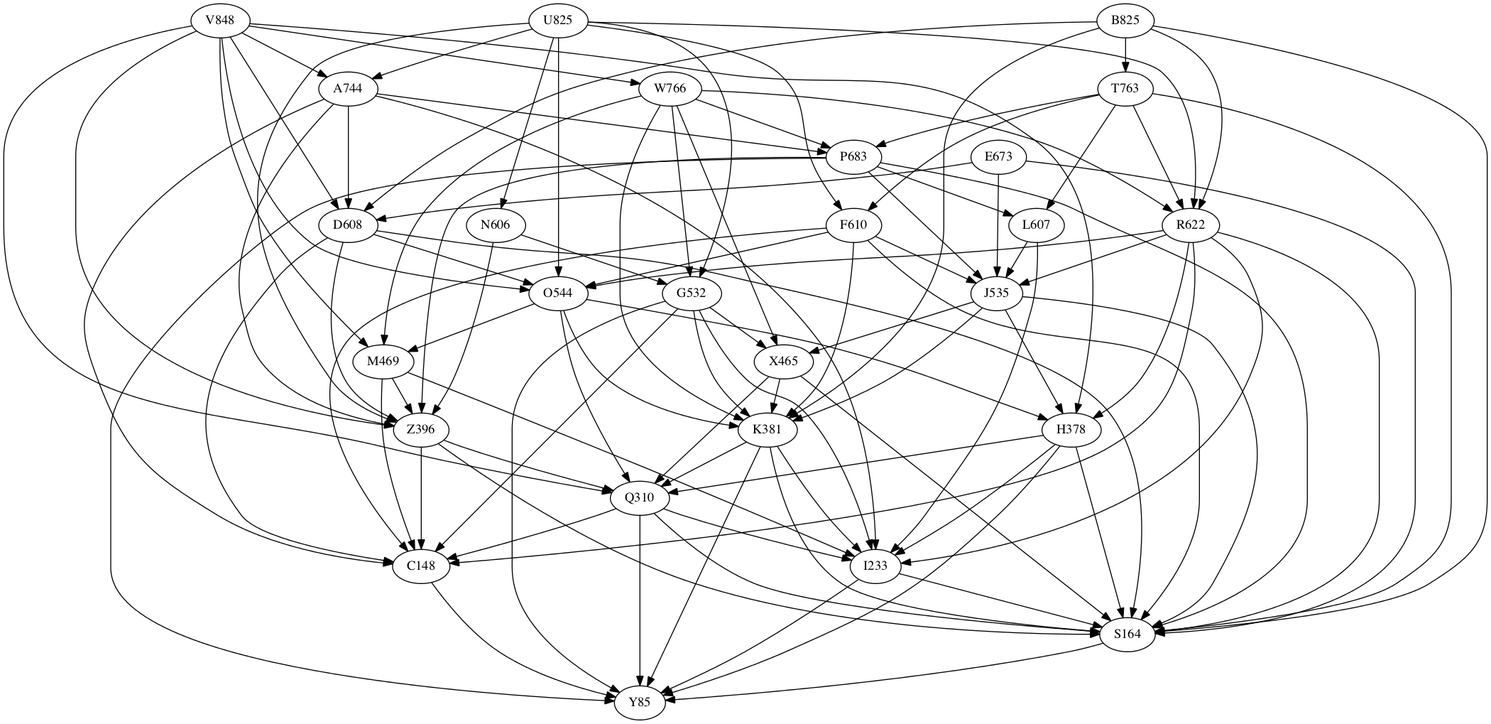
This is Day7/large.dot.png from ToF-/AoCHaskell, a Graphviz export, as it was before one commit. Its source is kept beside it as Day7/large.dot. Its diagram source:
```dot
digraph {
    V848->H378;
    U825->R622;
    E673->D608;
    B825->R622;
    W766->X465;
    A744->P683;
    T763->L607;
    F610->C148;
    P683->Y85;
    N606->G532;
    R622->S164;
    D608->C148;
    O544->K381;
    L607->J535;
    J535->H378;
    M469->I233;
    G532->K381;
    Z396->Q310;
    X465->Q310;
    H378->I233;
    K381->Y85;
    Q310->S164;
    I233->Y85;
    S164->Y85;
    C148->Y85;
    T763->S164;
    P683->S164;
    I233->S164;
    V848->O544;
    O544->Q310;
    T763->R622;
    E673->J535;
    F610->S164;
    O544->H378;
    Z396->S164;
    D608->Z396;
    F610->K381;
    W766->P683;
    G532->I233;
    B825->T763;
    G532->Y85;
    X465->S164;
    B825->K381;
    V848->A744;
    U825->N606;
    T763->P683;
    V848->D608;
    G532->X465;
    B825->D608;
    R622->J535;
    M469->Z396;
    U825->Z396;
    U825->G532;
    A744->C148;
    H378->Q310;
    X465->K381;
    B825->S164;
    Q310->C148;
    Q310->Y85;
    R622->I233;
    V848->Q310;
    A744->D608;
    D608->S164;
    K381->S164;
    G532->C148;
    D608->O544;
    R622->H378;
    K381->Q310;
    W766->R622;
    H378->Y85;
    P683->J535;
    N606->Z396;
    J535->K381;
    W766->M469;
    A744->Z396;
    V848->W766;
    J535->X465;
    U825->F610;
    P683->L607;
    W766->G532;
    T763->F610;
    R622->C148;
    R622->O544;
    Z396->C148;
    E673->S164;
    L607->I233;
    U825->O544;
    W766->K381;
    K381->I233;
    O544->M469;
    V848->M469;
    V848->Z396;
    A744->I233;
    F610->J535;
    F610->O544;
    M469->C148;
    Q310->I233;
    H378->S164;
    U825->A744;
    J535->S164;
    P683->Z396;
}
```
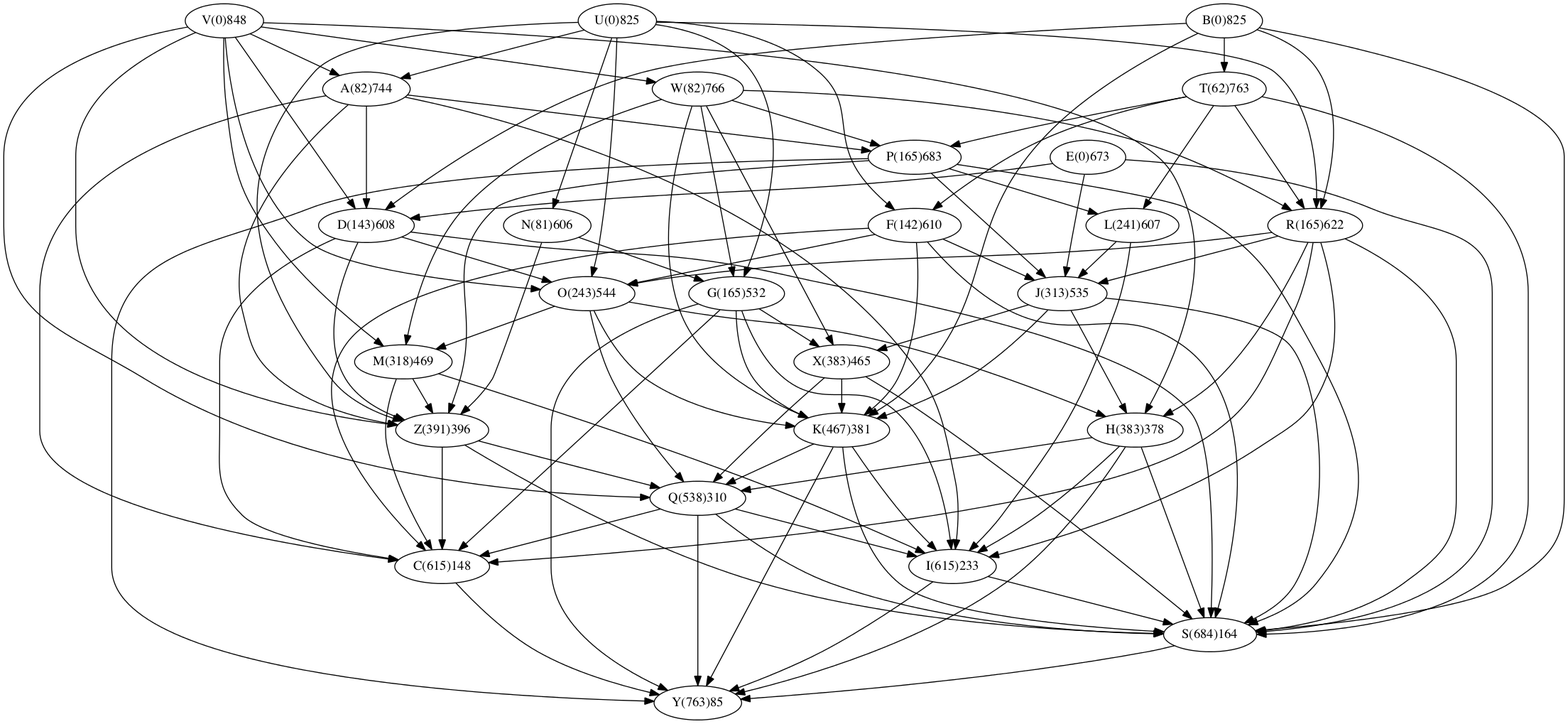
Later version of the same file.

The edit, as a diff of the source:
```diff
@@ -1,103 +1,103 @@
 digraph {
-    V848->H378;
-    U825->R622;
-    E673->D608;
-    B825->R622;
-    W766->X465;
-    A744->P683;
-    T763->L607;
-    F610->C148;
-    P683->Y85;
-    N606->G532;
-    R622->S164;
-    D608->C148;
-    O544->K381;
-    L607->J535;
-    J535->H378;
-    M469->I233;
-    G532->K381;
-    Z396->Q310;
-    X465->Q310;
-    H378->I233;
-    K381->Y85;
-    Q310->S164;
-    I233->Y85;
-    S164->Y85;
-    C148->Y85;
-    T763->S164;
-    P683->S164;
-    I233->S164;
-    V848->O544;
-    O544->Q310;
-    T763->R622;
-    E673->J535;
-    F610->S164;
-    O544->H378;
-    Z396->S164;
-    D608->Z396;
-    F610->K381;
-    W766->P683;
-    G532->I233;
-    B825->T763;
-    G532->Y85;
-    X465->S164;
-    B825->K381;
-    V848->A744;
-    U825->N606;
-    T763->P683;
-    V848->D608;
-    G532->X465;
-    B825->D608;
-    R622->J535;
-    M469->Z396;
-    U825->Z396;
-    U825->G532;
-    A744->C148;
-    H378->Q310;
-    X465->K381;
-    B825->S164;
-    Q310->C148;
-    Q310->Y85;
-    R622->I233;
-    V848->Q310;
-    A744->D608;
-    D608->S164;
-    K381->S164;
-    G532->C148;
-    D608->O544;
-    R622->H378;
-    K381->Q310;
-    W766->R622;
-    H378->Y85;
-    P683->J535;
-    N606->Z396;
-    J535->K381;
-    W766->M469;
-    A744->Z396;
-    V848->W766;
-    J535->X465;
-    U825->F610;
-    P683->L607;
-    W766->G532;
-    T763->F610;
-    R622->C148;
-    R622->O544;
-    Z396->C148;
-    E673->S164;
-    L607->I233;
-    U825->O544;
-    W766->K381;
-    K381->I233;
-    O544->M469;
-    V848->M469;
-    V848->Z396;
-    A744->I233;
-    F610->J535;
-    F610->O544;
-    M469->C148;
-    Q310->I233;
-    H378->S164;
-    U825->A744;
-    J535->S164;
-    P683->Z396;
+    "V(0)848"->"H(383)378";
+    "U(0)825"->"R(165)622";
+    "E(0)673"->"D(143)608";
+    "B(0)825"->"R(165)622";
+    "W(82)766"->"X(383)465";
+    "A(82)744"->"P(165)683";
+    "T(62)763"->"L(241)607";
+    "F(142)610"->"C(615)148";
+    "P(165)683"->"Y(763)85";
+    "N(81)606"->"G(165)532";
+    "R(165)622"->"S(684)164";
+    "D(143)608"->"C(615)148";
+    "O(243)544"->"K(467)381";
+    "L(241)607"->"J(313)535";
+    "J(313)535"->"H(383)378";
+    "M(318)469"->"I(615)233";
+    "G(165)532"->"K(467)381";
+    "Z(391)396"->"Q(538)310";
+    "X(383)465"->"Q(538)310";
+    "H(383)378"->"I(615)233";
+    "K(467)381"->"Y(763)85";
+    "Q(538)310"->"S(684)164";
+    "I(615)233"->"Y(763)85";
+    "S(684)164"->"Y(763)85";
+    "C(615)148"->"Y(763)85";
+    "T(62)763"->"S(684)164";
+    "P(165)683"->"S(684)164";
+    "I(615)233"->"S(684)164";
+    "V(0)848"->"O(243)544";
+    "O(243)544"->"Q(538)310";
+    "T(62)763"->"R(165)622";
+    "E(0)673"->"J(313)535";
+    "F(142)610"->"S(684)164";
+    "O(243)544"->"H(383)378";
+    "Z(391)396"->"S(684)164";
+    "D(143)608"->"Z(391)396";
+    "F(142)610"->"K(467)381";
+    "W(82)766"->"P(165)683";
+    "G(165)532"->"I(615)233";
+    "B(0)825"->"T(62)763";
+    "G(165)532"->"Y(763)85";
+    "X(383)465"->"S(684)164";
+    "B(0)825"->"K(467)381";
+    "V(0)848"->"A(82)744";
+    "U(0)825"->"N(81)606";
+    "T(62)763"->"P(165)683";
+    "V(0)848"->"D(143)608";
+    "G(165)532"->"X(383)465";
+    "B(0)825"->"D(143)608";
+    "R(165)622"->"J(313)535";
+    "M(318)469"->"Z(391)396";
+    "U(0)825"->"Z(391)396";
+    "U(0)825"->"G(165)532";
+    "A(82)744"->"C(615)148";
+    "H(383)378"->"Q(538)310";
+    "X(383)465"->"K(467)381";
+    "B(0)825"->"S(684)164";
+    "Q(538)310"->"C(615)148";
+    "Q(538)310"->"Y(763)85";
+    "R(165)622"->"I(615)233";
+    "V(0)848"->"Q(538)310";
+    "A(82)744"->"D(143)608";
+    "D(143)608"->"S(684)164";
+    "K(467)381"->"S(684)164";
+    "G(165)532"->"C(615)148";
+    "D(143)608"->"O(243)544";
+    "R(165)622"->"H(383)378";
+    "K(467)381"->"Q(538)310";
+    "W(82)766"->"R(165)622";
+    "H(383)378"->"Y(763)85";
+    "P(165)683"->"J(313)535";
+    "N(81)606"->"Z(391)396";
+    "J(313)535"->"K(467)381";
+    "W(82)766"->"M(318)469";
+    "A(82)744"->"Z(391)396";
+    "V(0)848"->"W(82)766";
+    "J(313)535"->"X(383)465";
+    "U(0)825"->"F(142)610";
+    "P(165)683"->"L(241)607";
+    "W(82)766"->"G(165)532";
+    "T(62)763"->"F(142)610";
+    "R(165)622"->"C(615)148";
+    "R(165)622"->"O(243)544";
+    "Z(391)396"->"C(615)148";
+    "E(0)673"->"S(684)164";
+    "L(241)607"->"I(615)233";
+    "U(0)825"->"O(243)544";
+    "W(82)766"->"K(467)381";
+    "K(467)381"->"I(615)233";
+    "O(243)544"->"M(318)469";
+    "V(0)848"->"M(318)469";
+    "V(0)848"->"Z(391)396";
+    "A(82)744"->"I(615)233";
+    "F(142)610"->"J(313)535";
+    "F(142)610"->"O(243)544";
+    "M(318)469"->"C(615)148";
+    "Q(538)310"->"I(615)233";
+    "H(383)378"->"S(684)164";
+    "U(0)825"->"A(82)744";
+    "J(313)535"->"S(684)164";
+    "P(165)683"->"Z(391)396";
 }
```
